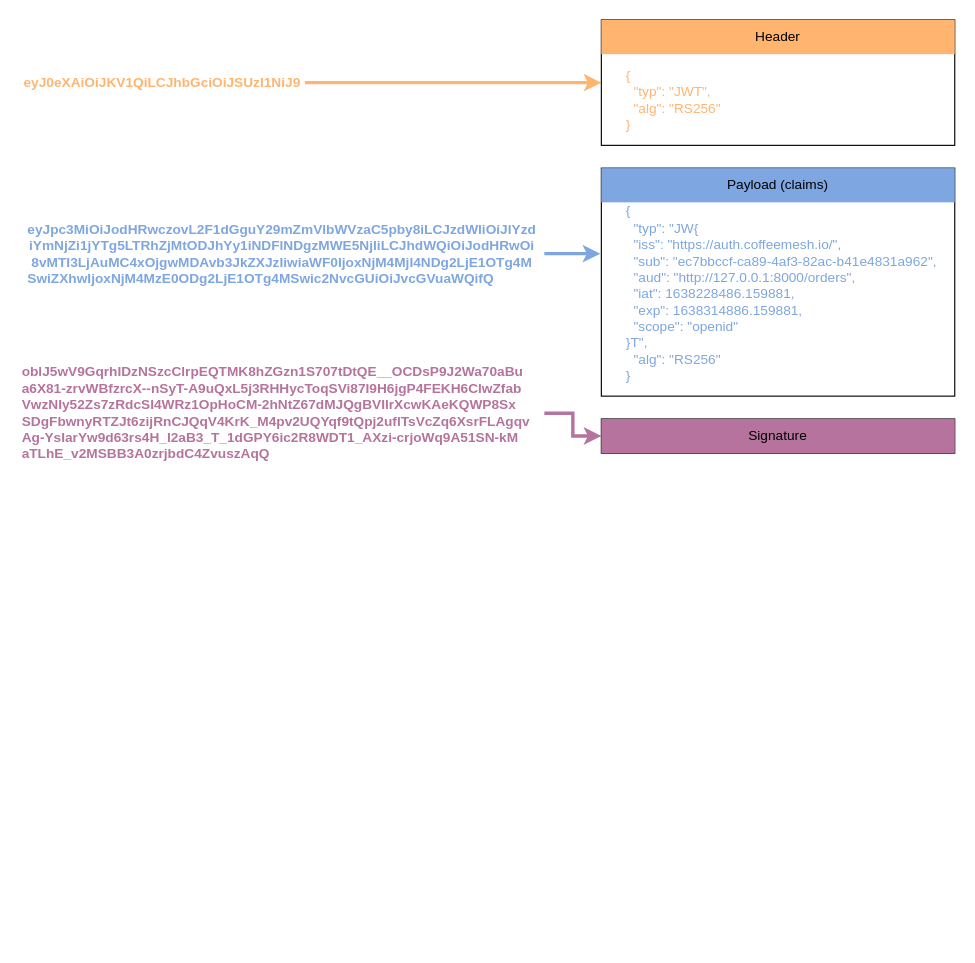
Above: page "11.7" (7 of 12) of ch11.drawio in abunuwas/microservices-apis-img (draw.io), before the change. Source tidied: cells renumbered, new cells numbered last; positions are measured from the earlier drawing's top-left corner, leaving out a move shared by most shapes. Both pictures are drawn from the tidied source at 114%, with x=0, y=0 at pixel (19, 19).
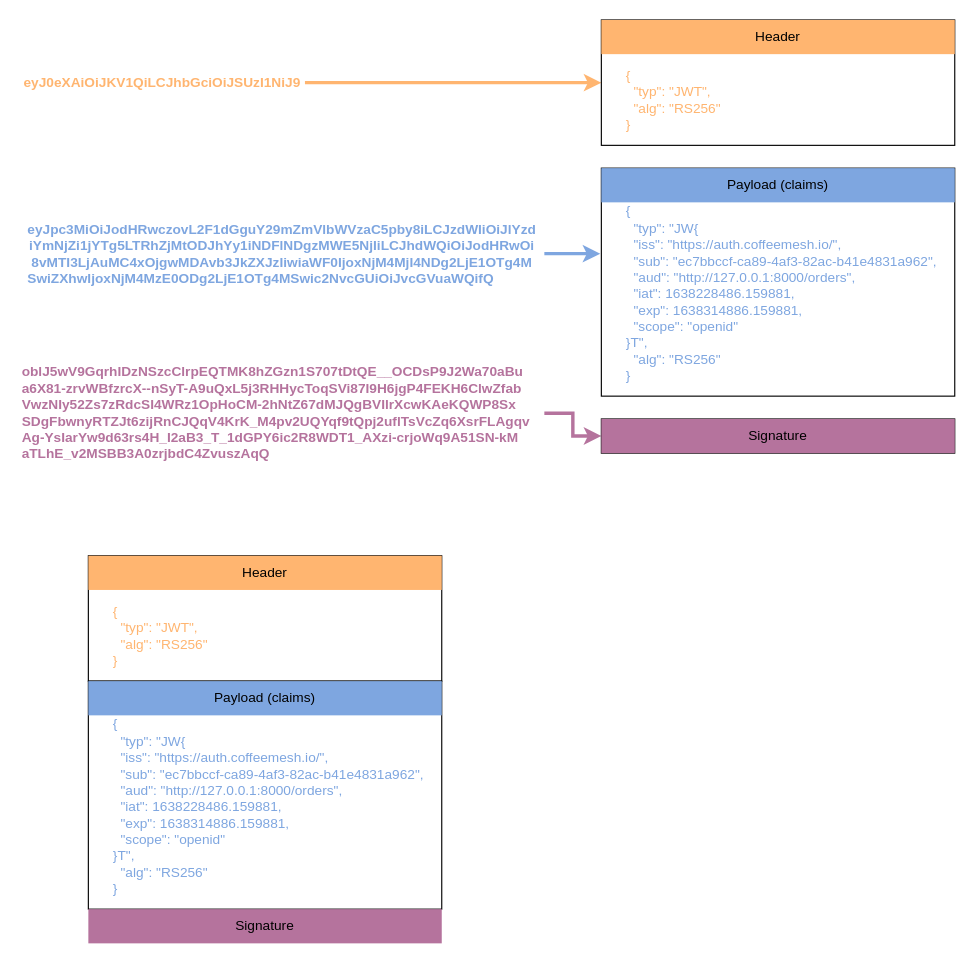
The same page after the edit.

The edit, as a diff of the source:
```diff
@@
+    <mxCell id="16" style="rounded=0;whiteSpace=wrap;html=1;" parent="1" vertex="1">
+      <mxGeometry x="60" y="470" width="310" height="110" as="geometry" />
+    </mxCell>
+    <mxCell id="17" value="&lt;div&gt;{&lt;/div&gt;&lt;div&gt;&amp;nbsp; &quot;typ&quot;: &quot;JWT&quot;,&lt;/div&gt;&lt;div&gt;&amp;nbsp; &quot;alg&quot;: &quot;RS256&quot;&lt;/div&gt;&lt;div&gt;}&lt;/div&gt;" style="text;html=1;strokeColor=none;fillColor=none;align=left;verticalAlign=middle;whiteSpace=wrap;rounded=0;fontColor=#FFB570;" parent="1" vertex="1">
+      <mxGeometry x="80" y="505" width="160" height="70" as="geometry" />
+    </mxCell>
+    <mxCell id="18" style="rounded=0;whiteSpace=wrap;html=1;" parent="1" vertex="1">
+      <mxGeometry x="60" y="580" width="310" height="200" as="geometry" />
+    </mxCell>
+    <mxCell id="19" value="&lt;div&gt;{&lt;/div&gt;&lt;div&gt;&amp;nbsp; &quot;typ&quot;: &quot;JW&lt;span&gt;{&lt;/span&gt;&lt;/div&gt;&lt;div&gt;&amp;nbsp; &quot;iss&quot;: &quot;https://auth.coffeemesh.io/&quot;,&lt;/div&gt;&lt;div&gt;&amp;nbsp; &quot;sub&quot;: &quot;ec7bbccf-ca89-4af3-82ac-b41e4831a962&quot;,&lt;/div&gt;&lt;div&gt;&amp;nbsp; &quot;aud&quot;: &quot;http://127.0.0.1:8000/orders&quot;,&lt;/div&gt;&lt;div&gt;&amp;nbsp; &quot;iat&quot;: 1638228486.159881,&lt;/div&gt;&lt;div&gt;&amp;nbsp; &quot;exp&quot;: 1638314886.159881,&lt;/div&gt;&lt;div&gt;&amp;nbsp; &quot;scope&quot;: &quot;openid&quot;&lt;/div&gt;&lt;div&gt;&lt;span&gt;}&lt;/span&gt;T&quot;,&lt;/div&gt;&lt;div&gt;&amp;nbsp; &quot;alg&quot;: &quot;RS256&quot;&lt;/div&gt;&lt;div&gt;}&lt;/div&gt;" style="text;html=1;strokeColor=none;fillColor=none;align=left;verticalAlign=middle;whiteSpace=wrap;rounded=0;fontColor=#7EA6E0;" parent="1" vertex="1">
+      <mxGeometry x="80" y="610" width="290" height="160" as="geometry" />
+    </mxCell>
+    <mxCell id="20" value="Header" style="text;html=1;strokeColor=none;fillColor=#FFB570;align=center;verticalAlign=middle;whiteSpace=wrap;rounded=0;" parent="1" vertex="1">
+      <mxGeometry x="60" y="470" width="310" height="30" as="geometry" />
+    </mxCell>
+    <mxCell id="21" value="Payload (claims)" style="text;html=1;strokeColor=none;fillColor=#7EA6E0;align=center;verticalAlign=middle;whiteSpace=wrap;rounded=0;" parent="1" vertex="1">
+      <mxGeometry x="60" y="580" width="310" height="30" as="geometry" />
+    </mxCell>
+    <mxCell id="22" value="Signature" style="text;html=1;strokeColor=none;fillColor=#B5739D;align=center;verticalAlign=middle;whiteSpace=wrap;rounded=0;" parent="1" vertex="1">
+      <mxGeometry x="60" y="780" width="310" height="30" as="geometry" />
+    </mxCell>
```
